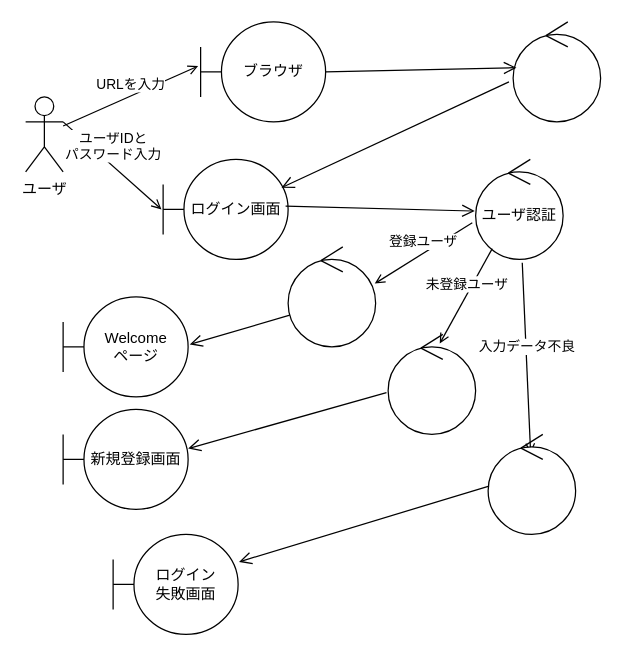
Above: group/07_web_visitor/analysis_02_rogin.drawio in sugimoto0804/o-hara_uml (draw.io), before the change. Source tidied: cells renumbered, new cells numbered last; positions are measured from the earlier drawing's top-left corner, leaving out a move shared by most shapes. Both pictures are drawn from the tidied source at 125%, with x=0, y=0 at pixel (25, 21).
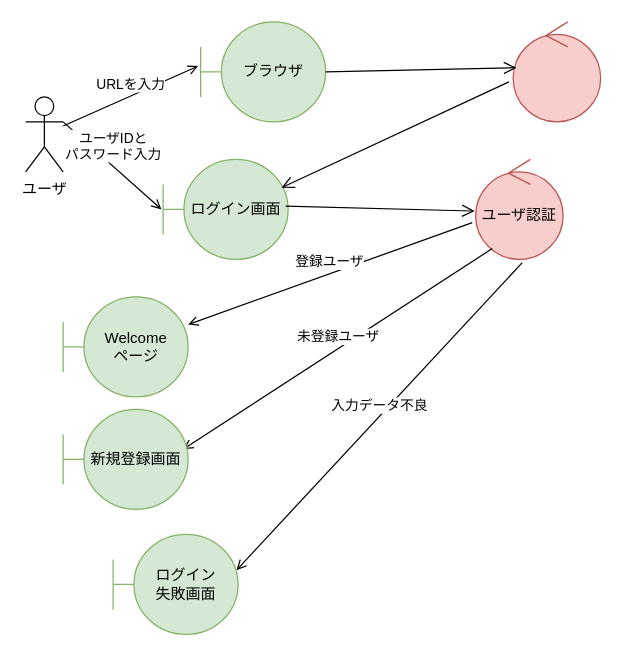
After the change.

Change to the diagram source:
```diff
@@
-    <mxCell id="3" value="ブラウザ" style="shape=umlBoundary;whiteSpace=wrap;html=1;" parent="1" vertex="1">
+    <mxCell id="3" value="ブラウザ" style="shape=umlBoundary;whiteSpace=wrap;html=1;fillColor=#d5e8d4;strokeColor=#82b366;" parent="1" vertex="1">
       <mxGeometry x="140" width="100" height="80" as="geometry" />
     </mxCell>
@@
-    <mxCell id="5" style="ellipse;shape=umlControl;whiteSpace=wrap;html=1;" parent="1" vertex="1">
+    <mxCell id="5" style="ellipse;shape=umlControl;whiteSpace=wrap;html=1;fillColor=#f8cecc;strokeColor=#b85450;" parent="1" vertex="1">
       <mxGeometry x="390" width="70" height="80" as="geometry" />
     </mxCell>
@@
-    <mxCell id="7" value="ログイン画面" style="shape=umlBoundary;whiteSpace=wrap;html=1;" parent="1" vertex="1">
+    <mxCell id="7" value="ログイン画面" style="shape=umlBoundary;whiteSpace=wrap;html=1;fillColor=#d5e8d4;strokeColor=#82b366;" parent="1" vertex="1">
       <mxGeometry x="110" y="110" width="100" height="80" as="geometry" />
     </mxCell>
@@
-    <mxCell id="11" value="ユーザ認証" style="ellipse;shape=umlControl;whiteSpace=wrap;html=1;" parent="1" vertex="1">
+    <mxCell id="11" value="ユーザ認証" style="ellipse;shape=umlControl;whiteSpace=wrap;html=1;fillColor=#f8cecc;strokeColor=#b85450;" parent="1" vertex="1">
       <mxGeometry x="360" y="110" width="70" height="80" as="geometry" />
     </mxCell>
-    <mxCell id="12" value="登録ユーザ" style="html=1;verticalAlign=bottom;endArrow=open;curved=0;rounded=0;endFill=0;exitX=-0.038;exitY=0.633;exitDx=0;exitDy=0;exitPerimeter=0;entryX=0.99;entryY=0.367;entryDx=0;entryDy=0;entryPerimeter=0;" parent="1" edge="1" source="11" target="15">
+    <mxCell id="12" value="登録ユーザ" style="html=1;verticalAlign=bottom;endArrow=open;curved=0;rounded=0;endFill=0;exitX=-0.038;exitY=0.633;exitDx=0;exitDy=0;exitPerimeter=0;" parent="1" edge="1" source="11" target="18">
       <mxGeometry relative="1" as="geometry" />
     </mxCell>
-    <mxCell id="13" value="未登録ユーザ" style="html=1;verticalAlign=bottom;endArrow=open;curved=0;rounded=0;endFill=0;exitX=0.19;exitY=0.892;exitDx=0;exitDy=0;exitPerimeter=0;entryX=0.59;entryY=0.092;entryDx=0;entryDy=0;entryPerimeter=0;" parent="1" edge="1" source="11" target="16">
+    <mxCell id="13" value="未登録ユーザ" style="html=1;verticalAlign=bottom;endArrow=open;curved=0;rounded=0;endFill=0;exitX=0.19;exitY=0.892;exitDx=0;exitDy=0;exitPerimeter=0;entryX=0.96;entryY=0.4;entryDx=0;entryDy=0;entryPerimeter=0;" parent="1" edge="1" source="11" target="19">
       <mxGeometry relative="1" as="geometry" />
     </mxCell>
-    <mxCell id="14" value="入力データ不良" style="html=1;verticalAlign=bottom;endArrow=open;curved=0;rounded=0;endFill=0;exitX=0.533;exitY=1.033;exitDx=0;exitDy=0;exitPerimeter=0;entryX=0.486;entryY=0.192;entryDx=0;entryDy=0;entryPerimeter=0;" parent="1" edge="1" source="11" target="17">
+    <mxCell id="14" value="入力データ不良" style="html=1;verticalAlign=bottom;endArrow=open;curved=0;rounded=0;endFill=0;exitX=0.533;exitY=1.033;exitDx=0;exitDy=0;exitPerimeter=0;entryX=0.987;entryY=0.358;entryDx=0;entryDy=0;entryPerimeter=0;" parent="1" edge="1" source="11" target="20">
       <mxGeometry relative="1" as="geometry" />
     </mxCell>
-    <mxCell id="15" style="ellipse;shape=umlControl;whiteSpace=wrap;html=1;" parent="1" vertex="1">
-      <mxGeometry x="210" y="180" width="70" height="80" as="geometry" />
-    </mxCell>
-    <mxCell id="16" style="ellipse;shape=umlControl;whiteSpace=wrap;html=1;" parent="1" vertex="1">
-      <mxGeometry x="290" y="250" width="70" height="80" as="geometry" />
-    </mxCell>
-    <mxCell id="17" style="ellipse;shape=umlControl;whiteSpace=wrap;html=1;" parent="1" vertex="1">
-      <mxGeometry x="370" y="330" width="70" height="80" as="geometry" />
-    </mxCell>
-    <mxCell id="18" value="Welcome&lt;div&gt;ページ&lt;/div&gt;" style="shape=umlBoundary;whiteSpace=wrap;html=1;" parent="1" vertex="1">
+    <mxCell id="18" value="Welcome&lt;div&gt;ページ&lt;/div&gt;" style="shape=umlBoundary;whiteSpace=wrap;html=1;fillColor=#d5e8d4;strokeColor=#82b366;" parent="1" vertex="1">
       <mxGeometry x="30" y="220" width="100" height="80" as="geometry" />
     </mxCell>
-    <mxCell id="19" value="新規登録画面" style="shape=umlBoundary;whiteSpace=wrap;html=1;" parent="1" vertex="1">
+    <mxCell id="19" value="新規登録画面" style="shape=umlBoundary;whiteSpace=wrap;html=1;fillColor=#d5e8d4;strokeColor=#82b366;" parent="1" vertex="1">
       <mxGeometry x="30" y="310" width="100" height="80" as="geometry" />
     </mxCell>
-    <mxCell id="20" value="ログイン&lt;div&gt;失敗画面&lt;/div&gt;" style="shape=umlBoundary;whiteSpace=wrap;html=1;" parent="1" vertex="1">
+    <mxCell id="20" value="ログイン&lt;div&gt;失敗画面&lt;/div&gt;" style="shape=umlBoundary;whiteSpace=wrap;html=1;fillColor=#d5e8d4;strokeColor=#82b366;" parent="1" vertex="1">
       <mxGeometry x="70" y="410" width="100" height="80" as="geometry" />
     </mxCell>
-    <mxCell id="21" style="endArrow=open;startArrow=none;endFill=0;startFill=0;endSize=8;html=1;verticalAlign=bottom;labelBackgroundColor=none;strokeWidth=1;entryX=1.013;entryY=0.475;entryDx=0;entryDy=0;entryPerimeter=0;exitX=0.019;exitY=0.683;exitDx=0;exitDy=0;exitPerimeter=0;" parent="1" edge="1" source="15" target="18">
-      <mxGeometry relative="1" as="geometry" />
-    </mxCell>
-    <mxCell id="22" style="endArrow=open;startArrow=none;endFill=0;startFill=0;endSize=8;html=1;verticalAlign=bottom;labelBackgroundColor=none;strokeWidth=1;entryX=1;entryY=0.392;entryDx=0;entryDy=0;entryPerimeter=0;exitX=-0.019;exitY=0.583;exitDx=0;exitDy=0;exitPerimeter=0;" parent="1" edge="1" source="16" target="19">
-      <mxGeometry relative="1" as="geometry" />
-    </mxCell>
-    <mxCell id="23" style="endArrow=open;startArrow=none;endFill=0;startFill=0;endSize=8;html=1;verticalAlign=bottom;labelBackgroundColor=none;strokeWidth=1;entryX=1.007;entryY=0.275;entryDx=0;entryDy=0;entryPerimeter=0;exitX=0.01;exitY=0.517;exitDx=0;exitDy=0;exitPerimeter=0;" parent="1" edge="1" source="17" target="20">
-      <mxGeometry relative="1" as="geometry" />
-    </mxCell>
```
